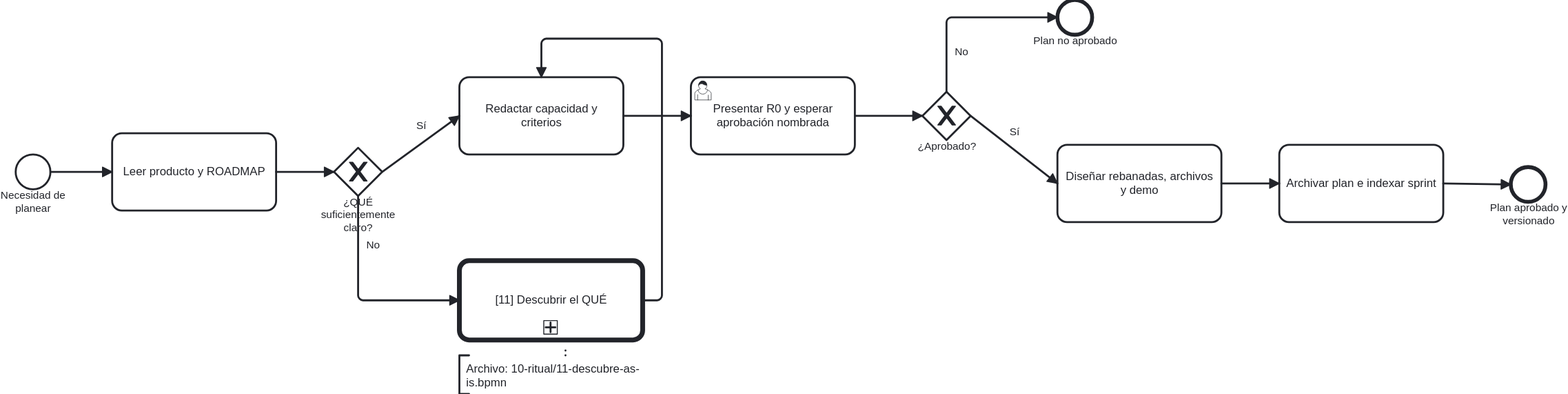
The BPMN diagram docs/atlas/render/12-planea-as-is.svg in ArmandoMedina/jidoka, before a commit. Its source is kept beside it as docs/atlas/10-ritual/12-planea-as-is.bpmn. Ids are renumbered.
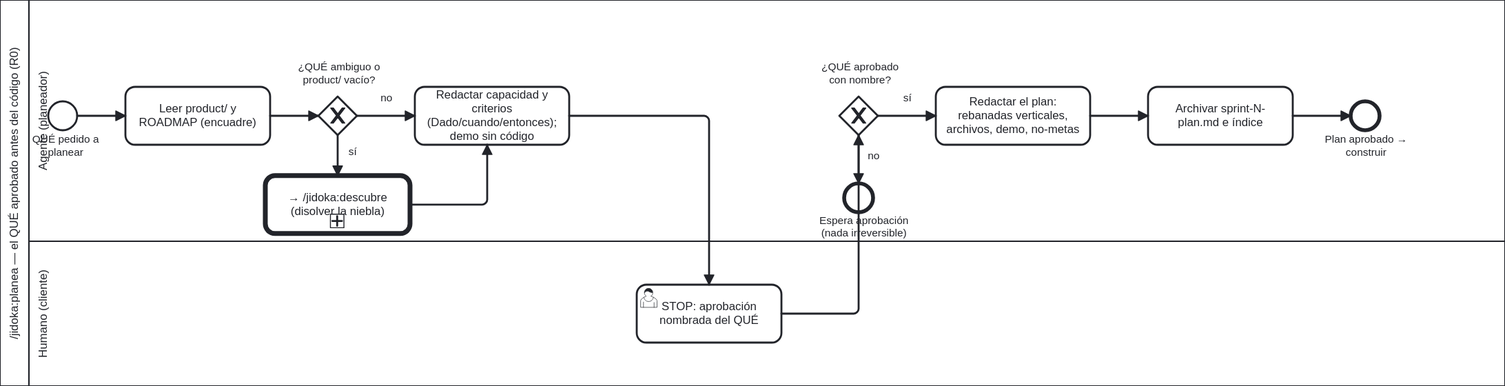
Above is the later version.

The edit, as a diff of the source:
```diff
@@ -1,157 +1,178 @@
-<bpmn:definitions xmlns:bpmn="http://www.omg.org/spec/BPMN/20100524/MODEL" xmlns:bpmndi="http://www.omg.org/spec/BPMN/20100524/DI" xmlns:dc="http://www.omg.org/spec/DD/20100524/DC" xmlns:di="http://www.omg.org/spec/DD/20100524/DI" xmlns:xsi="http://www.w3.org/2001/XMLSchema-instance" id="Definitions_12_Planea" targetNamespace="https://github.com/ArmandoMedina/jidoka/process-atlas" exporter="OpenAI BPMN Atlas Generator" exporterVersion="0.2" xmlns:modeler="http://camunda.org/schema/modeler/1.0" modeler:executionPlatform="Camunda Platform" modeler:executionPlatformVersion="7.18.0">
-  <bpmn:process id="Process_Planea" name="/jidoka:planea — crear el contrato del sprint" isExecutable="false">
-    <bpmn:documentation>Fuente: .claude/commands/jidoka/planea.md</bpmn:documentation>
-    <bpmn:startEvent id="Start" name="Necesidad de planear">
-      <bpmn:outgoing>F1</bpmn:outgoing>
+<bpmn:definitions xmlns:bpmn="http://www.omg.org/spec/BPMN/20100524/MODEL" xmlns:bpmndi="http://www.omg.org/spec/BPMN/20100524/DI" xmlns:dc="http://www.omg.org/spec/DD/20100524/DC" xmlns:di="http://www.omg.org/spec/DD/20100524/DI" xmlns:xsi="http://www.w3.org/2001/XMLSchema-instance" id="Definitions_12_Planea" targetNamespace="https://github.com/ArmandoMedina/jidoka/process-atlas" exporter="Jidoka Atlas" exporterVersion="0.3" xmlns:modeler="http://camunda.org/schema/modeler/1.0" modeler:executionPlatform="Camunda Platform" modeler:executionPlatformVersion="7.18.0">
+  <bpmn:collaboration id="Collab_Planea">
+    <bpmn:participant id="Pool_Planea" name="/jidoka:planea — el QUÉ aprobado antes del código (R0)" processRef="Process_Planea"/>
+  </bpmn:collaboration>
+  <bpmn:process id="Process_Planea" name="/jidoka:planea — diseñar el sprint con R0 y STOP" isExecutable="false">
+    <bpmn:documentation>Fuente: .claude/commands/jidoka/planea.md. Carriles: el Agente lee, redacta y planea; el Humano aprueba el QUÉ con nombre antes del CÓMO.</bpmn:documentation>
+    <bpmn:laneSet id="LaneSet_Planea">
+      <bpmn:lane id="Lane_Agente" name="Agente (planeador)">
+        <bpmn:flowNodeRef>Start</bpmn:flowNodeRef>
+        <bpmn:flowNodeRef>T_Leer</bpmn:flowNodeRef>
+        <bpmn:flowNodeRef>Gw_Niebla</bpmn:flowNodeRef>
+        <bpmn:flowNodeRef>T_Criterios</bpmn:flowNodeRef>
+        <bpmn:flowNodeRef>Gw_Aprob</bpmn:flowNodeRef>
+        <bpmn:flowNodeRef>T_Plan</bpmn:flowNodeRef>
+        <bpmn:flowNodeRef>T_Archivar</bpmn:flowNodeRef>
+        <bpmn:flowNodeRef>Call_Descubre</bpmn:flowNodeRef>
+        <bpmn:flowNodeRef>End_Espera</bpmn:flowNodeRef>
+        <bpmn:flowNodeRef>End_Construir</bpmn:flowNodeRef>
+      </bpmn:lane>
+      <bpmn:lane id="Lane_Humano" name="Humano (cliente)">
+        <bpmn:flowNodeRef>U_Aprobar</bpmn:flowNodeRef>
+      </bpmn:lane>
+    </bpmn:laneSet>
+    <bpmn:startEvent id="Start" name="QUÉ pedido a planear">
+      <bpmn:outgoing>f1</bpmn:outgoing>
     </bpmn:startEvent>
-    <bpmn:task id="Task_Leer" name="Leer producto y ROADMAP">
-      <bpmn:incoming>F1</bpmn:incoming>
-      <bpmn:outgoing>F2</bpmn:outgoing>
+    <bpmn:task id="T_Leer" name="Leer product/ y ROADMAP (encuadre)">
+      <bpmn:incoming>f1</bpmn:incoming>
+      <bpmn:outgoing>f2</bpmn:outgoing>
     </bpmn:task>
-    <bpmn:exclusiveGateway id="Gateway_Claro" name="¿QUÉ suficientemente claro?">
-      <bpmn:incoming>F2</bpmn:incoming>
-      <bpmn:outgoing>F_NoClaro</bpmn:outgoing>
-      <bpmn:outgoing>F_Claro</bpmn:outgoing>
+    <bpmn:exclusiveGateway id="Gw_Niebla" name="¿QUÉ ambiguo o product/ vacío?">
+      <bpmn:incoming>f2</bpmn:incoming>
+      <bpmn:outgoing>f_si_niebla</bpmn:outgoing>
+      <bpmn:outgoing>f_no_niebla</bpmn:outgoing>
     </bpmn:exclusiveGateway>
-    <bpmn:callActivity id="Call_Descubre" name="[11] Descubrir el QUÉ" calledElement="Process_Descubre">
+    <bpmn:callActivity id="Call_Descubre" name="→ /jidoka:descubre (disolver la niebla)" calledElement="Process_Descubre">
       <bpmn:documentation>Proceso externo: Process_Descubre | Archivo: 10-ritual/11-descubre-as-is.bpmn</bpmn:documentation>
-      <bpmn:incoming>F_NoClaro</bpmn:incoming>
-      <bpmn:outgoing>F_Desc_Crit</bpmn:outgoing>
+      <bpmn:incoming>f_si_niebla</bpmn:incoming>
+      <bpmn:outgoing>f_descubre_crit</bpmn:outgoing>
     </bpmn:callActivity>
-    <bpmn:textAnnotation id="Annotation_Call_Descubre">
-      <bpmn:text>Archivo: 10-ritual/11-descubre-as-is.bpmn</bpmn:text>
-    </bpmn:textAnnotation>
-    <bpmn:association id="Association_Annotation_Call_Descubre" sourceRef="Annotation_Call_Descubre" targetRef="Call_Descubre"/>
-    <bpmn:task id="Task_Criterios" name="Redactar capacidad y criterios">
-      <bpmn:incoming>F_Desc_Crit</bpmn:incoming>
-      <bpmn:incoming>F_Claro</bpmn:incoming>
-      <bpmn:outgoing>F_Crit_Stop</bpmn:outgoing>
+    <bpmn:task id="T_Criterios" name="Redactar capacidad y criterios (Dado/cuando/entonces); demo sin código">
+      <bpmn:incoming>f_no_niebla</bpmn:incoming>
+      <bpmn:incoming>f_descubre_crit</bpmn:incoming>
+      <bpmn:outgoing>f_crit_aprob</bpmn:outgoing>
     </bpmn:task>
-    <bpmn:userTask id="Task_Stop" name="Presentar R0 y esperar aprobación nombrada">
-      <bpmn:incoming>F_Crit_Stop</bpmn:incoming>
-      <bpmn:outgoing>F_Stop_G</bpmn:outgoing>
+    <bpmn:userTask id="U_Aprobar" name="STOP: aprobación nombrada del QUÉ">
+      <bpmn:incoming>f_crit_aprob</bpmn:incoming>
+      <bpmn:outgoing>f_aprob_gw</bpmn:outgoing>
     </bpmn:userTask>
-    <bpmn:exclusiveGateway id="Gateway_Aprob" name="¿Aprobado?">
-      <bpmn:incoming>F_Stop_G</bpmn:incoming>
-      <bpmn:outgoing>F_Aprob_No</bpmn:outgoing>
-      <bpmn:outgoing>F_Aprob_Si</bpmn:outgoing>
+    <bpmn:exclusiveGateway id="Gw_Aprob" name="¿QUÉ aprobado con nombre?">
+      <bpmn:incoming>f_aprob_gw</bpmn:incoming>
+      <bpmn:outgoing>f_no_aprob</bpmn:outgoing>
+      <bpmn:outgoing>f_si_aprob</bpmn:outgoing>
     </bpmn:exclusiveGateway>
-    <bpmn:endEvent id="End_No" name="Plan no aprobado">
-      <bpmn:incoming>F_Aprob_No</bpmn:incoming>
+    <bpmn:endEvent id="End_Espera" name="Espera aprobación (nada irreversible)">
+      <bpmn:incoming>f_no_aprob</bpmn:incoming>
     </bpmn:endEvent>
-    <bpmn:task id="Task_Plan" name="Diseñar rebanadas, archivos y demo">
-      <bpmn:incoming>F_Aprob_Si</bpmn:incoming>
-      <bpmn:outgoing>F_Plan_Arch</bpmn:outgoing>
+    <bpmn:task id="T_Plan" name="Redactar el plan: rebanadas verticales, archivos, demo, no-metas">
+      <bpmn:incoming>f_si_aprob</bpmn:incoming>
+      <bpmn:outgoing>f_plan_arch</bpmn:outgoing>
     </bpmn:task>
-    <bpmn:task id="Task_Archivar" name="Archivar plan e indexar sprint">
-      <bpmn:incoming>F_Plan_Arch</bpmn:incoming>
-      <bpmn:outgoing>F_Arch_End</bpmn:outgoing>
+    <bpmn:task id="T_Archivar" name="Archivar sprint-N-plan.md e índice">
+      <bpmn:incoming>f_plan_arch</bpmn:incoming>
+      <bpmn:outgoing>f_arch_end</bpmn:outgoing>
     </bpmn:task>
-    <bpmn:endEvent id="End_Si" name="Plan aprobado y versionado">
-      <bpmn:incoming>F_Arch_End</bpmn:incoming>
+    <bpmn:endEvent id="End_Construir" name="Plan aprobado → construir">
+      <bpmn:incoming>f_arch_end</bpmn:incoming>
     </bpmn:endEvent>
-    <bpmn:sequenceFlow id="F1" sourceRef="Start" targetRef="Task_Leer"/>
-    <bpmn:sequenceFlow id="F2" sourceRef="Task_Leer" targetRef="Gateway_Claro"/>
-    <bpmn:sequenceFlow id="F_NoClaro" sourceRef="Gateway_Claro" targetRef="Call_Descubre" name="No"/>
-    <bpmn:sequenceFlow id="F_Desc_Crit" sourceRef="Call_Descubre" targetRef="Task_Criterios"/>
-    <bpmn:sequenceFlow id="F_Claro" sourceRef="Gateway_Claro" targetRef="Task_Criterios" name="Sí"/>
-    <bpmn:sequenceFlow id="F_Crit_Stop" sourceRef="Task_Criterios" targetRef="Task_Stop"/>
-    <bpmn:sequenceFlow id="F_Stop_G" sourceRef="Task_Stop" targetRef="Gateway_Aprob"/>
-    <bpmn:sequenceFlow id="F_Aprob_No" sourceRef="Gateway_Aprob" targetRef="End_No" name="No"/>
-    <bpmn:sequenceFlow id="F_Aprob_Si" sourceRef="Gateway_Aprob" targetRef="Task_Plan" name="Sí"/>
-    <bpmn:sequenceFlow id="F_Plan_Arch" sourceRef="Task_Plan" targetRef="Task_Archivar"/>
-    <bpmn:sequenceFlow id="F_Arch_End" sourceRef="Task_Archivar" targetRef="End_Si"/>
+    <bpmn:sequenceFlow id="f1" sourceRef="Start" targetRef="T_Leer"/>
+    <bpmn:sequenceFlow id="f2" sourceRef="T_Leer" targetRef="Gw_Niebla"/>
+    <bpmn:sequenceFlow id="f_si_niebla" name="sí" sourceRef="Gw_Niebla" targetRef="Call_Descubre"/>
+    <bpmn:sequenceFlow id="f_no_niebla" name="no" sourceRef="Gw_Niebla" targetRef="T_Criterios"/>
+    <bpmn:sequenceFlow id="f_descubre_crit" sourceRef="Call_Descubre" targetRef="T_Criterios"/>
+    <bpmn:sequenceFlow id="f_crit_aprob" sourceRef="T_Criterios" targetRef="U_Aprobar"/>
+    <bpmn:sequenceFlow id="f_aprob_gw" sourceRef="U_Aprobar" targetRef="Gw_Aprob"/>
+    <bpmn:sequenceFlow id="f_no_aprob" name="no" sourceRef="Gw_Aprob" targetRef="End_Espera"/>
+    <bpmn:sequenceFlow id="f_si_aprob" name="sí" sourceRef="Gw_Aprob" targetRef="T_Plan"/>
+    <bpmn:sequenceFlow id="f_plan_arch" sourceRef="T_Plan" targetRef="T_Archivar"/>
+    <bpmn:sequenceFlow id="f_arch_end" sourceRef="T_Archivar" targetRef="End_Construir"/>
   </bpmn:process>
   <bpmndi:BPMNDiagram id="Diagram_12_Planea">
-    <bpmndi:BPMNPlane id="Plane_Diagram_12_Planea" bpmnElement="Process_Planea">
-      <bpmndi:BPMNShape id="Shape_Start" bpmnElement="Start">
-        <dc:Bounds x="80" y="220" width="36" height="36"/>
+    <bpmndi:BPMNPlane id="Plane_12_Planea" bpmnElement="Collab_Planea">
+      <bpmndi:BPMNShape id="S_Pool" bpmnElement="Pool_Planea" isHorizontal="true">
+        <dc:Bounds x="160" y="80" width="1560" height="400"/>
       </bpmndi:BPMNShape>
-      <bpmndi:BPMNShape id="Shape_Task_Leer" bpmnElement="Task_Leer">
-        <dc:Bounds x="180" y="198" width="170" height="80"/>
+      <bpmndi:BPMNShape id="S_LaneA" bpmnElement="Lane_Agente" isHorizontal="true">
+        <dc:Bounds x="190" y="80" width="1530" height="250"/>
       </bpmndi:BPMNShape>
-      <bpmndi:BPMNShape id="Shape_Gateway_Claro" bpmnElement="Gateway_Claro" isMarkerVisible="true">
-        <dc:Bounds x="410" y="213" width="50" height="50"/>
+      <bpmndi:BPMNShape id="S_LaneH" bpmnElement="Lane_Humano" isHorizontal="true">
+        <dc:Bounds x="190" y="330" width="1530" height="150"/>
       </bpmndi:BPMNShape>
-      <bpmndi:BPMNShape id="Shape_Call_Descubre" bpmnElement="Call_Descubre">
-        <dc:Bounds x="540" y="330" width="190" height="82"/>
+      <bpmndi:BPMNShape id="S_Start" bpmnElement="Start">
+        <dc:Bounds x="210" y="185" width="30" height="30"/>
+        <bpmndi:BPMNLabel><dc:Bounds x="188" y="218" width="80" height="27"/></bpmndi:BPMNLabel>
       </bpmndi:BPMNShape>
-      <bpmndi:BPMNShape id="Shape_Annotation_Call_Descubre" bpmnElement="Annotation_Call_Descubre">
-        <dc:Bounds x="540" y="428" width="220" height="40"/>
+      <bpmndi:BPMNShape id="S_TLeer" bpmnElement="T_Leer">
+        <dc:Bounds x="290" y="170" width="150" height="60"/>
       </bpmndi:BPMNShape>
-      <bpmndi:BPMNEdge id="Edge_Association_Annotation_Call_Descubre" bpmnElement="Association_Annotation_Call_Descubre">
-        <di:waypoint x="650.0" y="428"/>
-        <di:waypoint x="650.0" y="418"/>
+      <bpmndi:BPMNShape id="S_GwNiebla" bpmnElement="Gw_Niebla" isMarkerVisible="true">
+        <dc:Bounds x="490" y="180" width="40" height="40"/>
+        <bpmndi:BPMNLabel><dc:Bounds x="475" y="143" width="72" height="27"/></bpmndi:BPMNLabel>
+      </bpmndi:BPMNShape>
+      <bpmndi:BPMNShape id="S_CallDescubre" bpmnElement="Call_Descubre">
+        <dc:Bounds x="435" y="262" width="150" height="60"/>
+      </bpmndi:BPMNShape>
+      <bpmndi:BPMNShape id="S_TCriterios" bpmnElement="T_Criterios">
+        <dc:Bounds x="590" y="170" width="160" height="60"/>
+      </bpmndi:BPMNShape>
+      <bpmndi:BPMNShape id="S_UAprobar" bpmnElement="U_Aprobar">
+        <dc:Bounds x="820" y="375" width="150" height="60"/>
+      </bpmndi:BPMNShape>
+      <bpmndi:BPMNShape id="S_GwAprob" bpmnElement="Gw_Aprob" isMarkerVisible="true">
+        <dc:Bounds x="1030" y="180" width="40" height="40"/>
+        <bpmndi:BPMNLabel><dc:Bounds x="1015" y="143" width="72" height="27"/></bpmndi:BPMNLabel>
+      </bpmndi:BPMNShape>
+      <bpmndi:BPMNShape id="S_EndEspera" bpmnElement="End_Espera">
+        <dc:Bounds x="1035" y="270" width="30" height="30"/>
+        <bpmndi:BPMNLabel><dc:Bounds x="1005" y="302" width="100" height="27"/></bpmndi:BPMNLabel>
+      </bpmndi:BPMNShape>
+      <bpmndi:BPMNShape id="S_TPlan" bpmnElement="T_Plan">
+        <dc:Bounds x="1130" y="170" width="160" height="60"/>
+      </bpmndi:BPMNShape>
+      <bpmndi:BPMNShape id="S_TArchivar" bpmnElement="T_Archivar">
+        <dc:Bounds x="1350" y="170" width="150" height="60"/>
+      </bpmndi:BPMNShape>
+      <bpmndi:BPMNShape id="S_EndConstruir" bpmnElement="End_Construir">
+        <dc:Bounds x="1560" y="185" width="30" height="30"/>
+        <bpmndi:BPMNLabel><dc:Bounds x="1535" y="218" width="82" height="27"/></bpmndi:BPMNLabel>
+      </bpmndi:BPMNShape>
+      <bpmndi:BPMNEdge id="E_f1" bpmnElement="f1">
+        <di:waypoint x="240" y="200"/>
+        <di:waypoint x="290" y="200"/>
       </bpmndi:BPMNEdge>
-      <bpmndi:BPMNShape id="Shape_Task_Criterios" bpmnElement="Task_Criterios">
-        <dc:Bounds x="540" y="140" width="170" height="80"/>
-      </bpmndi:BPMNShape>
-      <bpmndi:BPMNShape id="Shape_Task_Stop" bpmnElement="Task_Stop">
-        <dc:Bounds x="780" y="140" width="170" height="80"/>
-      </bpmndi:BPMNShape>
-      <bpmndi:BPMNShape id="Shape_Gateway_Aprob" bpmnElement="Gateway_Aprob" isMarkerVisible="true">
-        <dc:Bounds x="1020" y="155" width="50" height="50"/>
-      </bpmndi:BPMNShape>
-      <bpmndi:BPMNShape id="Shape_End_No" bpmnElement="End_No">
-        <dc:Bounds x="1160" y="60" width="36" height="36"/>
-      </bpmndi:BPMNShape>
-      <bpmndi:BPMNShape id="Shape_Task_Plan" bpmnElement="Task_Plan">
-        <dc:Bounds x="1160" y="210" width="170" height="80"/>
-      </bpmndi:BPMNShape>
-      <bpmndi:BPMNShape id="Shape_Task_Archivar" bpmnElement="Task_Archivar">
-        <dc:Bounds x="1390" y="210" width="170" height="80"/>
-      </bpmndi:BPMNShape>
-      <bpmndi:BPMNShape id="Shape_End_Si" bpmnElement="End_Si">
-        <dc:Bounds x="1630" y="233" width="36" height="36"/>
-      </bpmndi:BPMNShape>
-      <bpmndi:BPMNEdge id="Edge_F1" bpmnElement="F1">
-        <di:waypoint x="116" y="238"/>
-        <di:waypoint x="180" y="238"/>
+      <bpmndi:BPMNEdge id="E_f2" bpmnElement="f2">
+        <di:waypoint x="440" y="200"/>
+        <di:waypoint x="490" y="200"/>
       </bpmndi:BPMNEdge>
-      <bpmndi:BPMNEdge id="Edge_F2" bpmnElement="F2">
-        <di:waypoint x="350" y="238"/>
-        <di:waypoint x="410" y="238"/>
+      <bpmndi:BPMNEdge id="E_f_si_niebla" bpmnElement="f_si_niebla">
+        <di:waypoint x="510" y="220"/>
+        <di:waypoint x="510" y="262"/>
       </bpmndi:BPMNEdge>
-      <bpmndi:BPMNEdge id="Edge_F_NoClaro" bpmnElement="F_NoClaro">
-        <di:waypoint x="435" y="263"/>
-        <di:waypoint x="435" y="371"/>
-        <di:waypoint x="540" y="371"/>
+      <bpmndi:BPMNEdge id="E_f_no_niebla" bpmnElement="f_no_niebla">
+        <di:waypoint x="530" y="200"/>
+        <di:waypoint x="590" y="200"/>
       </bpmndi:BPMNEdge>
-      <bpmndi:BPMNEdge id="Edge_F_Desc_Crit" bpmnElement="F_Desc_Crit">
-        <di:waypoint x="730" y="371"/>
-        <di:waypoint x="750" y="371"/>
-        <di:waypoint x="750" y="100"/>
-        <di:waypoint x="625" y="100"/>
-        <di:waypoint x="625" y="140"/>
+      <bpmndi:BPMNEdge id="E_f_descubre_crit" bpmnElement="f_descubre_crit">
+        <di:waypoint x="585" y="292"/>
+        <di:waypoint x="665" y="292"/>
+        <di:waypoint x="665" y="230"/>
       </bpmndi:BPMNEdge>
-      <bpmndi:BPMNEdge id="Edge_F_Claro" bpmnElement="F_Claro">
-        <di:waypoint x="460" y="238"/>
-        <di:waypoint x="540" y="180"/>
+      <bpmndi:BPMNEdge id="E_f_crit_aprob" bpmnElement="f_crit_aprob">
+        <di:waypoint x="750" y="200"/>
+        <di:waypoint x="895" y="200"/>
+        <di:waypoint x="895" y="375"/>
       </bpmndi:BPMNEdge>
-      <bpmndi:BPMNEdge id="Edge_F_Crit_Stop" bpmnElement="F_Crit_Stop">
-        <di:waypoint x="710" y="180"/>
-        <di:waypoint x="780" y="180"/>
+      <bpmndi:BPMNEdge id="E_f_aprob_gw" bpmnElement="f_aprob_gw">
+        <di:waypoint x="970" y="405"/>
+        <di:waypoint x="1050" y="405"/>
+        <di:waypoint x="1050" y="220"/>
       </bpmndi:BPMNEdge>
-      <bpmndi:BPMNEdge id="Edge_F_Stop_G" bpmnElement="F_Stop_G">
-        <di:waypoint x="950" y="180"/>
-        <di:waypoint x="1020" y="180"/>
+      <bpmndi:BPMNEdge id="E_f_no_aprob" bpmnElement="f_no_aprob">
+        <di:waypoint x="1050" y="220"/>
+        <di:waypoint x="1050" y="270"/>
       </bpmndi:BPMNEdge>
-      <bpmndi:BPMNEdge id="Edge_F_Aprob_No" bpmnElement="F_Aprob_No">
-        <di:waypoint x="1045" y="155"/>
-        <di:waypoint x="1045" y="78"/>
-        <di:waypoint x="1160" y="78"/>
+      <bpmndi:BPMNEdge id="E_f_si_aprob" bpmnElement="f_si_aprob">
+        <di:waypoint x="1070" y="200"/>
+        <di:waypoint x="1130" y="200"/>
       </bpmndi:BPMNEdge>
-      <bpmndi:BPMNEdge id="Edge_F_Aprob_Si" bpmnElement="F_Aprob_Si">
-        <di:waypoint x="1070" y="180"/>
-        <di:waypoint x="1160" y="250"/>
+      <bpmndi:BPMNEdge id="E_f_plan_arch" bpmnElement="f_plan_arch">
+        <di:waypoint x="1290" y="200"/>
+        <di:waypoint x="1350" y="200"/>
       </bpmndi:BPMNEdge>
-      <bpmndi:BPMNEdge id="Edge_F_Plan_Arch" bpmnElement="F_Plan_Arch">
-        <di:waypoint x="1330" y="250"/>
-        <di:waypoint x="1390" y="250"/>
-      </bpmndi:BPMNEdge>
-      <bpmndi:BPMNEdge id="Edge_F_Arch_End" bpmnElement="F_Arch_End">
-        <di:waypoint x="1560" y="250"/>
-        <di:waypoint x="1630" y="251"/>
+      <bpmndi:BPMNEdge id="E_f_arch_end" bpmnElement="f_arch_end">
+        <di:waypoint x="1500" y="200"/>
+        <di:waypoint x="1560" y="200"/>
       </bpmndi:BPMNEdge>
     </bpmndi:BPMNPlane>
   </bpmndi:BPMNDiagram>
```
